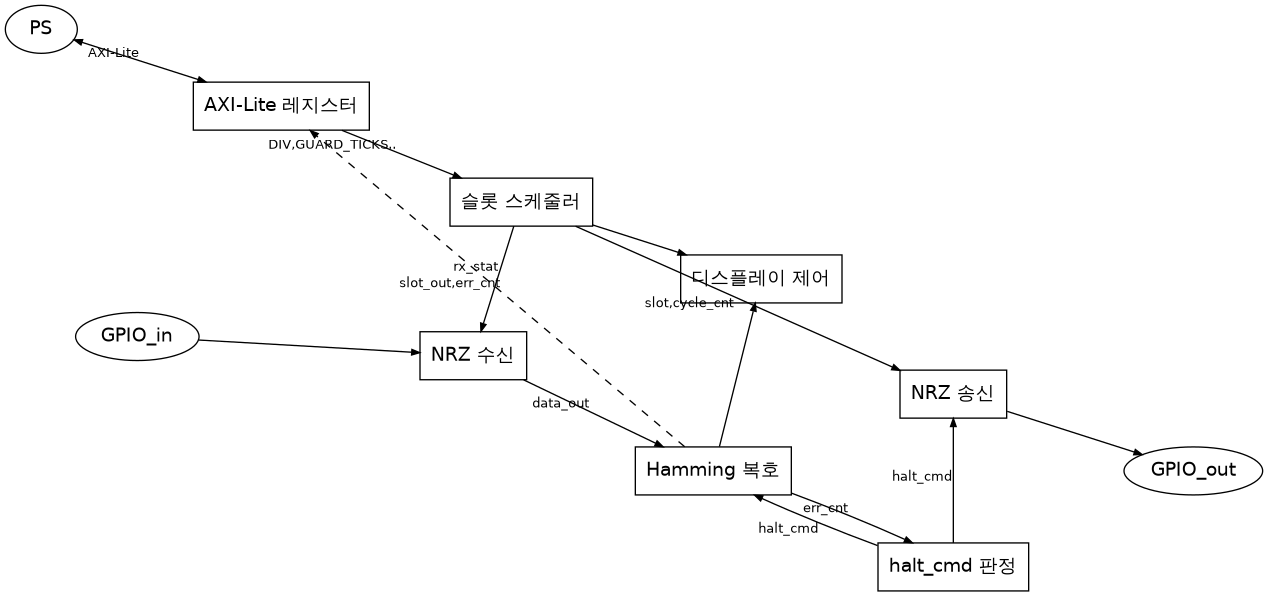
Above: diagrams/level3_master_internal.png in Woodong02/SoC_Design_and_Programming (Graphviz), before the change. Its source is kept beside it as diagrams/level3_master_internal.dot.
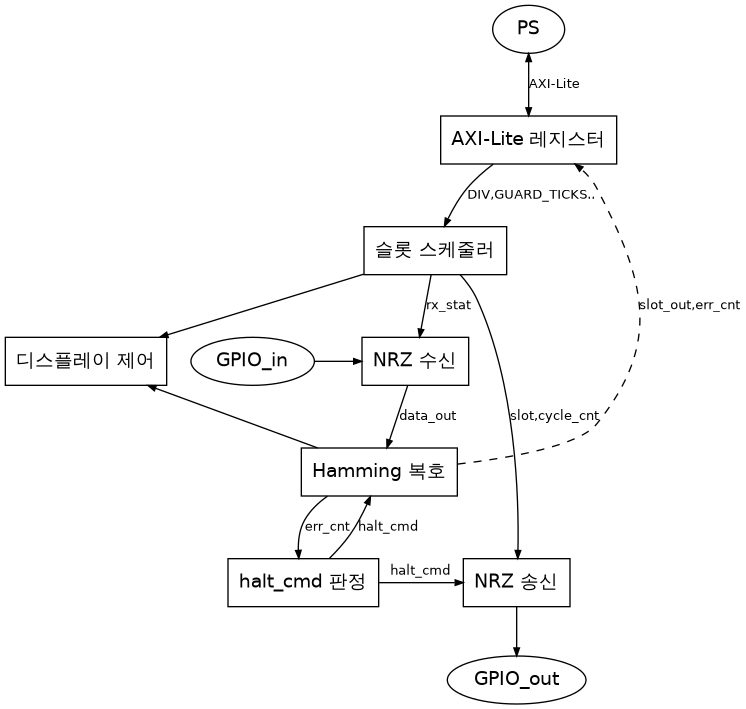
The same file after the commit.

Commit message:
3계층 다이어그램을 rank=same 그리드 방식으로 재작성 (공간 낭비 해소)

The edit, as a diff of the source:
```diff
@@ -1,31 +1,39 @@
 digraph G {
-    layout=neato;
+    rankdir=TB;
     fontname="Noto Sans CJK KR";
     node [shape=box, fontname="Noto Sans CJK KR", fontsize=14, color=black];
     edge [fontname="Noto Sans CJK KR", fontsize=10, color=black, arrowsize=0.6];
 
-    PS     [label="PS", shape=ellipse, pos="0,7!"];
-    AXI    [label="AXI-Lite 레지스터", pos="2.5,6.2!"];
-    SLOT   [label="슬롯 스케줄러", pos="5,5.2!"];
-    GPIOIN [label="GPIO_in", shape=ellipse, pos="1,3.8!"];
-    RX     [label="NRZ 수신", pos="4.5,3.6!"];
-    DISP   [label="디스플레이 제어", pos="7.5,4.4!"];
-    DEC    [label="Hamming 복호", pos="7,2.4!"];
-    HALT   [label="halt_cmd 판정", pos="9.5,1.4!"];
-    TX     [label="NRZ 송신", pos="9.5,3.2!"];
-    GPIOOUT [label="GPIO_out", shape=ellipse, pos="12,2.4!"];
+    PS     [label="PS", shape=ellipse];
+    AXI    [label="AXI-Lite 레지스터"];
+    SLOT   [label="슬롯 스케줄러"];
+    GPIOIN [label="GPIO_in", shape=ellipse];
+    RX     [label="NRZ 수신"];
+    DISP   [label="디스플레이 제어"];
+    DEC    [label="Hamming 복호"];
+    HALT   [label="halt_cmd 판정"];
+    TX     [label="NRZ 송신"];
+    GPIOOUT [label="GPIO_out", shape=ellipse];
+
+    { rank=same; PS; }
+    { rank=same; AXI; }
+    { rank=same; SLOT; }
+    { rank=same; GPIOIN; RX; DISP; }
+    { rank=same; DEC; }
+    { rank=same; HALT; TX; }
+    { rank=same; GPIOOUT; }
 
     PS -> AXI [label="AXI-Lite", dir=both];
     AXI -> SLOT [label="DIV,GUARD_TICKS.."];
     GPIOIN -> RX;
     SLOT -> RX [label="rx_stat"];
+    SLOT -> DISP;
     RX -> DEC [label="data_out"];
+    DEC -> DISP;
     DEC -> HALT [label="err_cnt"];
     HALT -> TX [label="halt_cmd"];
     HALT -> DEC [label="halt_cmd"];
     SLOT -> TX [label="slot,cycle_cnt"];
     DEC -> AXI [label="slot_out,err_cnt", style=dashed];
-    SLOT -> DISP;
-    DEC -> DISP;
     TX -> GPIOOUT;
 }
```
